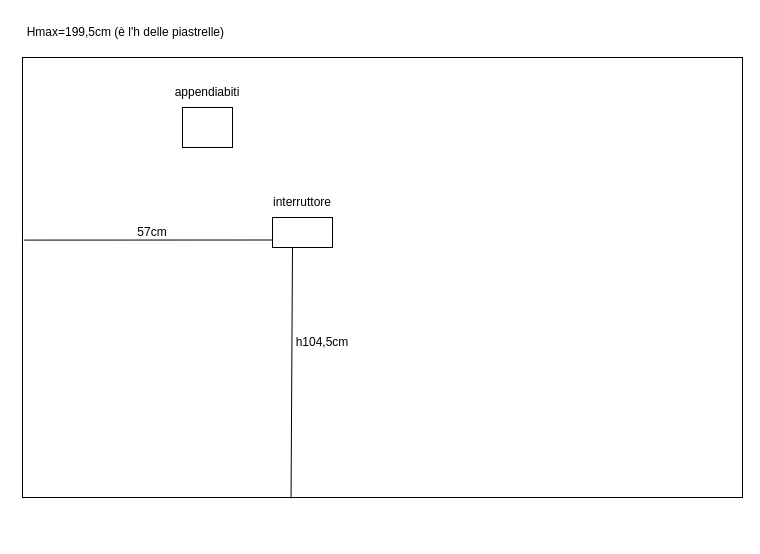
The draw.io diagram MobiliBagno.drawio in Simone000/Casa, before the edit. Source tidied: cells renumbered, new cells numbered last; positions are measured from the earlier drawing's top-left corner, leaving out a move shared by most shapes. Both pictures are drawn from the tidied source at 100%, with x=0, y=0 at pixel (22, 17).
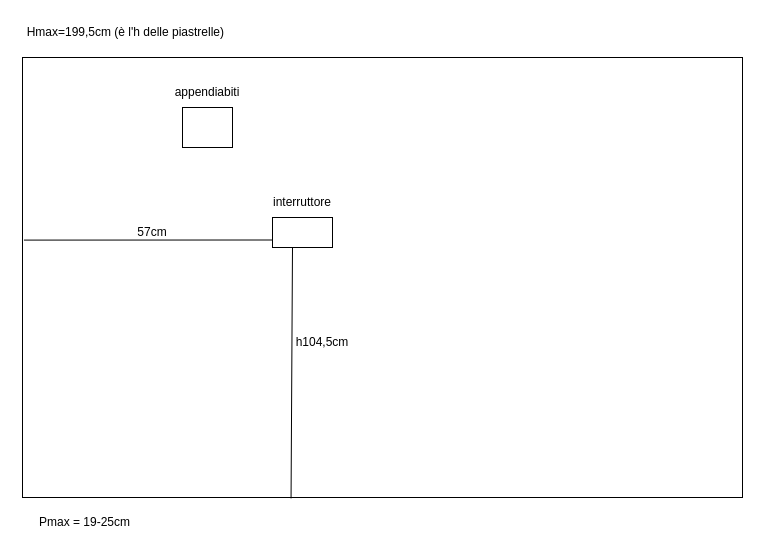
After the change.

Diff of the diagram source:
```diff
@@
 <mxGraphModel>
   <root>
     <mxCell id="0" />
     <mxCell id="1" parent="0" />
     <mxCell id="2" style="rounded=0;whiteSpace=wrap;html=1;" parent="1" vertex="1">
       <mxGeometry y="40" width="720" height="440" as="geometry" />
     </mxCell>
     <mxCell id="3" style="rounded=0;whiteSpace=wrap;html=1;" parent="1" vertex="1">
       <mxGeometry x="250" y="200" width="60" height="30" as="geometry" />
     </mxCell>
     <mxCell id="4" value="interruttore" style="text;html=1;strokeColor=none;fillColor=none;align=center;verticalAlign=middle;whiteSpace=wrap;rounded=0;" parent="1" vertex="1">
       <mxGeometry x="250" y="170" width="60" height="30" as="geometry" />
     </mxCell>
     <mxCell id="5" style="rounded=0;whiteSpace=wrap;html=1;" parent="1" vertex="1">
       <mxGeometry x="160" y="90" width="50" height="40" as="geometry" />
     </mxCell>
     <mxCell id="6" value="appendiabiti" style="text;html=1;strokeColor=none;fillColor=none;align=center;verticalAlign=middle;whiteSpace=wrap;rounded=0;" parent="1" vertex="1">
       <mxGeometry x="155" y="60" width="60" height="30" as="geometry" />
     </mxCell>
     <mxCell id="7" value="Hmax=199,5cm (è l'h delle piastrelle)&amp;nbsp;" style="text;html=1;strokeColor=none;fillColor=none;align=center;verticalAlign=middle;whiteSpace=wrap;rounded=0;" parent="1" vertex="1">
       <mxGeometry width="210" height="30" as="geometry" />
     </mxCell>
     <mxCell id="8" value="57cm" style="text;html=1;strokeColor=none;fillColor=none;align=center;verticalAlign=middle;whiteSpace=wrap;rounded=0;" parent="1" vertex="1">
       <mxGeometry x="100" y="200" width="60" height="30" as="geometry" />
     </mxCell>
     <mxCell id="9" value="h104,5cm" style="text;html=1;strokeColor=none;fillColor=none;align=center;verticalAlign=middle;whiteSpace=wrap;rounded=0;" parent="1" vertex="1">
       <mxGeometry x="270" y="310" width="60" height="30" as="geometry" />
     </mxCell>
     <mxCell id="10" style="endArrow=none;html=1;rounded=0;exitX=0.373;exitY=1.002;exitDx=0;exitDy=0;exitPerimeter=0;" parent="1" edge="1" source="2">
       <mxGeometry relative="1" as="geometry">
         <mxPoint x="270" y="230" as="targetPoint" />
       </mxGeometry>
     </mxCell>
     <mxCell id="11" style="endArrow=none;html=1;rounded=0;entryX=0;entryY=0.75;entryDx=0;entryDy=0;exitX=0.002;exitY=0.415;exitDx=0;exitDy=0;exitPerimeter=0;" parent="1" edge="1" source="2" target="3">
       <mxGeometry relative="1" as="geometry" />
     </mxCell>
+    <mxCell id="12" value="Pmax = 19-25cm" style="text;html=1;strokeColor=none;fillColor=none;align=center;verticalAlign=middle;whiteSpace=wrap;rounded=0;" parent="1" vertex="1">
+      <mxGeometry x="-5" y="490" width="135" height="30" as="geometry" />
+    </mxCell>
   </root>
 </mxGraphModel>
```
